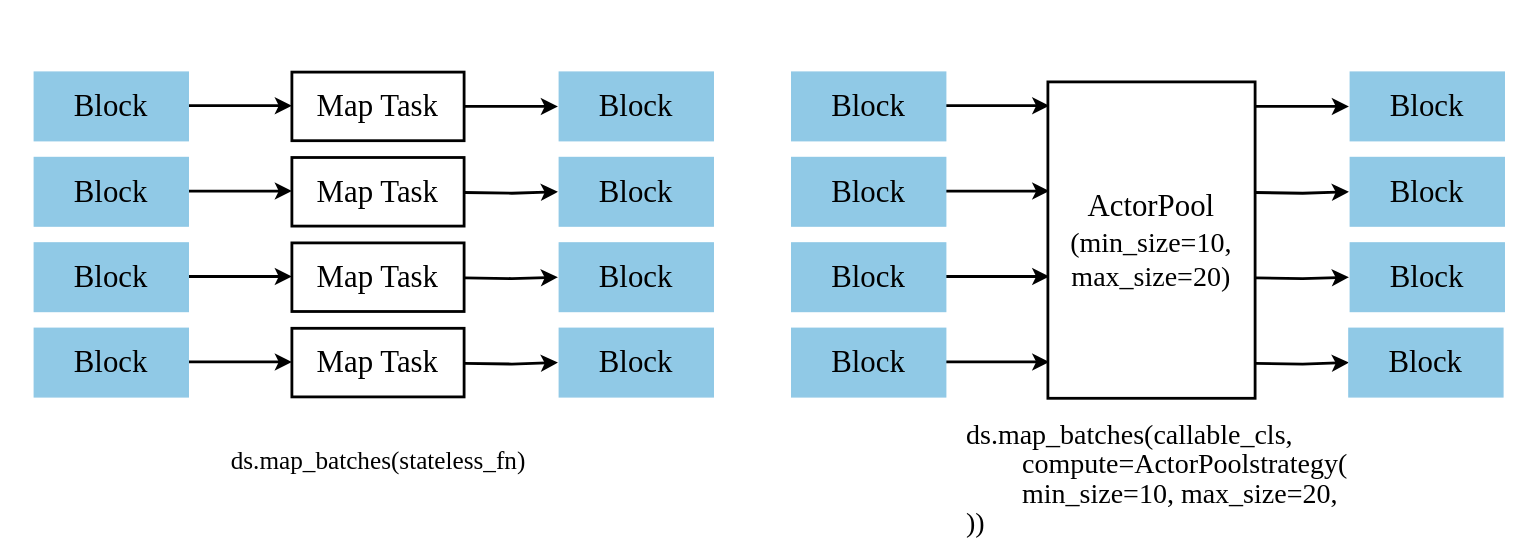
Before: img/ch-ray-data/dataset-map.svg, a diagram exported from draw.io (godaai/scale-py-zh). Source tidied: cells renumbered, new cells last; positions are measured from the earlier drawing's top-left corner, leaving out a move shared by most shapes.
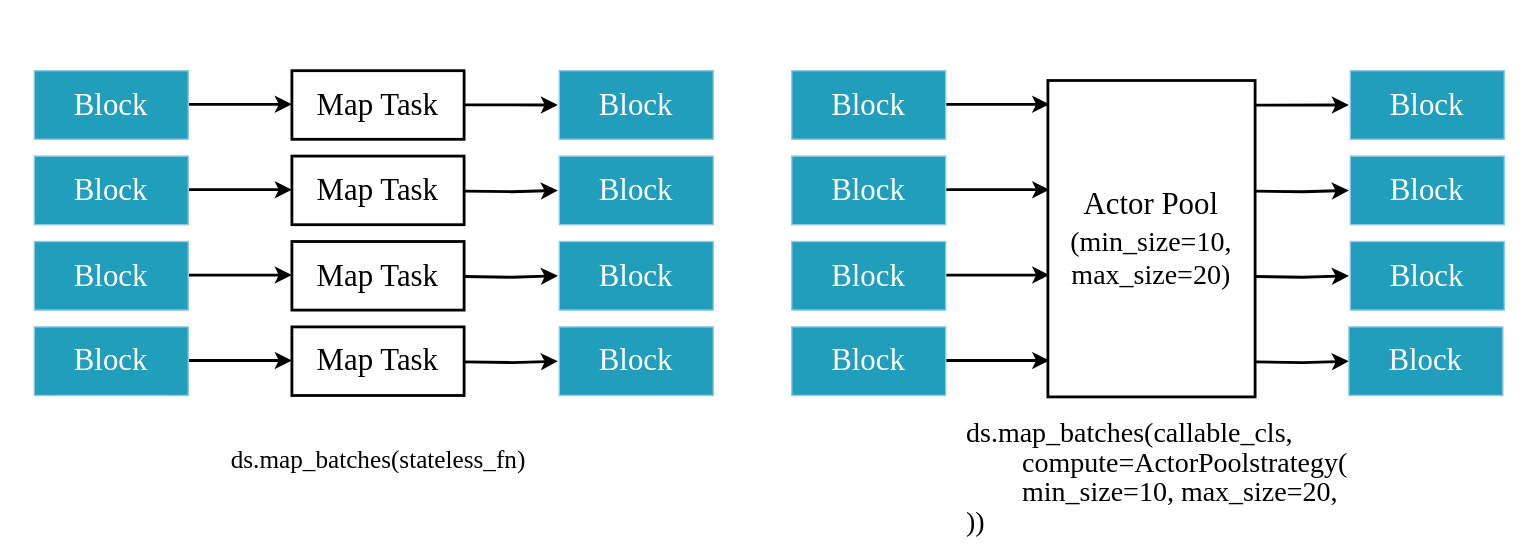
Later version of the same file.

What changed in the source:
```diff
@@ -46,7 +46,7 @@
     <mxCell id="11" value="&lt;font style=&quot;font-size: 22px;&quot; face=&quot;Times New Roman&quot;&gt;Map Task&lt;/font&gt;" style="rounded=0;whiteSpace=wrap;html=1;strokeWidth=2;fontSize=22;" parent="1" vertex="1">
       <mxGeometry x="208" y="234" width="123" height="49" as="geometry" />
     </mxCell>
-    <mxCell id="12" value="&lt;font style=&quot;font-size: 22px;&quot; face=&quot;Times New Roman&quot;&gt;Block&lt;/font&gt;" style="rounded=0;whiteSpace=wrap;html=1;fillColor=#90C9E6;strokeColor=#90C9E6;fontSize=22;fontColor=default;" parent="1" vertex="1">
+    <mxCell id="12" value="&lt;font style=&quot;font-size: 22px;&quot; face=&quot;Times New Roman&quot; color=&quot;#ffffff&quot;&gt;Block&lt;/font&gt;" style="rounded=0;whiteSpace=wrap;html=1;fillColor=#219EBC;strokeColor=#90C9E6;fontSize=22;" parent="1" vertex="1">
       <mxGeometry x="399" y="51" width="110" height="49" as="geometry" />
     </mxCell>
     <mxCell id="13" style="edgeStyle=orthogonalEdgeStyle;rounded=0;orthogonalLoop=1;jettySize=auto;html=1;strokeWidth=2;fontSize=22;" parent="1" edge="1">
@@ -55,7 +55,7 @@
         <mxPoint x="398" y="136.5" as="targetPoint" />
       </mxGeometry>
     </mxCell>
-    <mxCell id="14" value="&lt;font style=&quot;font-size: 22px;&quot; face=&quot;Times New Roman&quot;&gt;Block&lt;/font&gt;" style="rounded=0;whiteSpace=wrap;html=1;fillColor=#90C9E6;strokeColor=#90C9E6;fontSize=22;fontColor=default;" parent="1" vertex="1">
+    <mxCell id="14" value="&lt;font style=&quot;font-size: 22px;&quot; face=&quot;Times New Roman&quot; color=&quot;#ffffff&quot;&gt;Block&lt;/font&gt;" style="rounded=0;whiteSpace=wrap;html=1;fillColor=#219EBC;strokeColor=#90C9E6;fontSize=22;" parent="1" vertex="1">
       <mxGeometry x="399" y="112" width="110" height="49" as="geometry" />
     </mxCell>
     <mxCell id="15" style="edgeStyle=orthogonalEdgeStyle;rounded=0;orthogonalLoop=1;jettySize=auto;html=1;strokeWidth=2;fontSize=22;" parent="1" edge="1">
@@ -64,7 +64,7 @@
         <mxPoint x="398" y="197.5" as="targetPoint" />
       </mxGeometry>
     </mxCell>
-    <mxCell id="16" value="&lt;font style=&quot;font-size: 22px;&quot; face=&quot;Times New Roman&quot;&gt;Block&lt;/font&gt;" style="rounded=0;whiteSpace=wrap;html=1;fillColor=#90C9E6;strokeColor=#90C9E6;fontSize=22;fontColor=default;" parent="1" vertex="1">
+    <mxCell id="16" value="&lt;font style=&quot;font-size: 22px;&quot; face=&quot;Times New Roman&quot; color=&quot;#ffffff&quot;&gt;Block&lt;/font&gt;" style="rounded=0;whiteSpace=wrap;html=1;fillColor=#219EBC;strokeColor=#90C9E6;fontSize=22;" parent="1" vertex="1">
       <mxGeometry x="399" y="173" width="110" height="49" as="geometry" />
     </mxCell>
     <mxCell id="17" style="edgeStyle=orthogonalEdgeStyle;rounded=0;orthogonalLoop=1;jettySize=auto;html=1;strokeWidth=2;fontSize=22;" parent="1" edge="1">
@@ -73,22 +73,22 @@
         <mxPoint x="398" y="258.5" as="targetPoint" />
       </mxGeometry>
     </mxCell>
-    <mxCell id="18" value="&lt;font style=&quot;font-size: 22px;&quot; face=&quot;Times New Roman&quot;&gt;Block&lt;/font&gt;" style="rounded=0;whiteSpace=wrap;html=1;fillColor=#90C9E6;strokeColor=#90C9E6;fontSize=22;fontColor=default;" parent="1" vertex="1">
+    <mxCell id="18" value="&lt;font style=&quot;font-size: 22px;&quot; face=&quot;Times New Roman&quot; color=&quot;#ffffff&quot;&gt;Block&lt;/font&gt;" style="rounded=0;whiteSpace=wrap;html=1;fillColor=#219EBC;strokeColor=#90C9E6;fontSize=22;" parent="1" vertex="1">
       <mxGeometry x="399" y="234" width="110" height="49" as="geometry" />
     </mxCell>
     <mxCell id="19" value="&lt;div style=&quot;&quot;&gt;&lt;font face=&quot;Garamond&quot; style=&quot;font-size: 18px;&quot;&gt;ds.map_batches(stateless_fn)&lt;/font&gt;&lt;br&gt;&lt;/div&gt;" style="text;html=1;strokeColor=none;fillColor=none;align=center;verticalAlign=middle;whiteSpace=wrap;rounded=0;" parent="1" vertex="1">
       <mxGeometry x="49.5" y="298" width="440" height="62" as="geometry" />
     </mxCell>
-    <mxCell id="20" value="&lt;font style=&quot;font-size: 22px;&quot; face=&quot;Times New Roman&quot;&gt;Block&lt;/font&gt;" style="rounded=0;whiteSpace=wrap;html=1;fillColor=#90C9E6;strokeColor=#90C9E6;fontSize=22;fontColor=default;" parent="1" vertex="1">
+    <mxCell id="20" value="&lt;font style=&quot;font-size: 22px;&quot; face=&quot;Times New Roman&quot; color=&quot;#ffffff&quot;&gt;Block&lt;/font&gt;" style="rounded=0;whiteSpace=wrap;html=1;fillColor=#219EBC;strokeColor=#90C9E6;fontSize=22;" parent="1" vertex="1">
       <mxGeometry x="24" y="51" width="110" height="49" as="geometry" />
     </mxCell>
-    <mxCell id="21" value="&lt;font style=&quot;font-size: 22px;&quot; face=&quot;Times New Roman&quot;&gt;Block&lt;/font&gt;" style="rounded=0;whiteSpace=wrap;html=1;fillColor=#90C9E6;strokeColor=#90C9E6;fontSize=22;fontColor=default;" parent="1" vertex="1">
+    <mxCell id="21" value="&lt;font style=&quot;font-size: 22px;&quot; face=&quot;Times New Roman&quot; color=&quot;#ffffff&quot;&gt;Block&lt;/font&gt;" style="rounded=0;whiteSpace=wrap;html=1;fillColor=#219EBC;strokeColor=#90C9E6;fontSize=22;" parent="1" vertex="1">
       <mxGeometry x="24" y="112" width="110" height="49" as="geometry" />
     </mxCell>
-    <mxCell id="22" value="&lt;font style=&quot;font-size: 22px;&quot; face=&quot;Times New Roman&quot;&gt;Block&lt;/font&gt;" style="rounded=0;whiteSpace=wrap;html=1;fillColor=#90C9E6;strokeColor=#90C9E6;fontSize=22;fontColor=default;" parent="1" vertex="1">
+    <mxCell id="22" value="&lt;font style=&quot;font-size: 22px;&quot; face=&quot;Times New Roman&quot; color=&quot;#ffffff&quot;&gt;Block&lt;/font&gt;" style="rounded=0;whiteSpace=wrap;html=1;fillColor=#219EBC;strokeColor=#90C9E6;fontSize=22;" parent="1" vertex="1">
       <mxGeometry x="24" y="173" width="110" height="49" as="geometry" />
     </mxCell>
-    <mxCell id="23" value="&lt;font style=&quot;font-size: 22px;&quot; face=&quot;Times New Roman&quot;&gt;Block&lt;/font&gt;" style="rounded=0;whiteSpace=wrap;html=1;fillColor=#90C9E6;strokeColor=#90C9E6;fontSize=22;fontColor=default;" parent="1" vertex="1">
+    <mxCell id="23" value="&lt;font style=&quot;font-size: 22px;&quot; face=&quot;Times New Roman&quot; color=&quot;#ffffff&quot;&gt;Block&lt;/font&gt;" style="rounded=0;whiteSpace=wrap;html=1;fillColor=#219EBC;strokeColor=#90C9E6;fontSize=22;" parent="1" vertex="1">
       <mxGeometry x="24" y="234" width="110" height="49" as="geometry" />
     </mxCell>
     <mxCell id="24" style="endArrow=classic;html=1;rounded=0;strokeWidth=2;fontSize=22;" parent="1" edge="1">
@@ -121,7 +121,7 @@
         <mxPoint x="963" y="75.5" as="targetPoint" />
       </mxGeometry>
     </mxCell>
-    <mxCell id="29" value="&lt;font style=&quot;font-size: 22px;&quot; face=&quot;Times New Roman&quot;&gt;Block&lt;/font&gt;" style="rounded=0;whiteSpace=wrap;html=1;fillColor=#90C9E6;strokeColor=#90C9E6;fontSize=22;fontColor=default;" parent="1" vertex="1">
+    <mxCell id="29" value="&lt;font style=&quot;font-size: 22px;&quot; face=&quot;Times New Roman&quot; color=&quot;#ffffff&quot;&gt;Block&lt;/font&gt;" style="rounded=0;whiteSpace=wrap;html=1;fillColor=#219EBC;strokeColor=#90C9E6;fontSize=22;" parent="1" vertex="1">
       <mxGeometry x="964" y="51" width="110" height="49" as="geometry" />
     </mxCell>
     <mxCell id="30" style="edgeStyle=orthogonalEdgeStyle;rounded=0;orthogonalLoop=1;jettySize=auto;html=1;strokeWidth=2;fontSize=22;" parent="1" edge="1">
@@ -130,7 +130,7 @@
         <mxPoint x="963" y="136.5" as="targetPoint" />
       </mxGeometry>
     </mxCell>
-    <mxCell id="31" value="&lt;font style=&quot;font-size: 22px;&quot; face=&quot;Times New Roman&quot;&gt;Block&lt;/font&gt;" style="rounded=0;whiteSpace=wrap;html=1;fillColor=#90C9E6;strokeColor=#90C9E6;fontSize=22;fontColor=default;" parent="1" vertex="1">
+    <mxCell id="31" value="&lt;font style=&quot;font-size: 22px;&quot; face=&quot;Times New Roman&quot; color=&quot;#ffffff&quot;&gt;Block&lt;/font&gt;" style="rounded=0;whiteSpace=wrap;html=1;fillColor=#219EBC;strokeColor=#90C9E6;fontSize=22;" parent="1" vertex="1">
       <mxGeometry x="964" y="112" width="110" height="49" as="geometry" />
     </mxCell>
     <mxCell id="32" style="edgeStyle=orthogonalEdgeStyle;rounded=0;orthogonalLoop=1;jettySize=auto;html=1;strokeWidth=2;fontSize=22;" parent="1" edge="1">
@@ -139,7 +139,7 @@
         <mxPoint x="963" y="197.5" as="targetPoint" />
       </mxGeometry>
     </mxCell>
-    <mxCell id="33" value="&lt;font style=&quot;font-size: 22px;&quot; face=&quot;Times New Roman&quot;&gt;Block&lt;/font&gt;" style="rounded=0;whiteSpace=wrap;html=1;fillColor=#90C9E6;strokeColor=#90C9E6;fontSize=22;fontColor=default;" parent="1" vertex="1">
+    <mxCell id="33" value="&lt;font style=&quot;font-size: 22px;&quot; face=&quot;Times New Roman&quot; color=&quot;#ffffff&quot;&gt;Block&lt;/font&gt;" style="rounded=0;whiteSpace=wrap;html=1;fillColor=#219EBC;strokeColor=#90C9E6;fontSize=22;" parent="1" vertex="1">
       <mxGeometry x="964" y="173" width="110" height="49" as="geometry" />
     </mxCell>
     <mxCell id="34" style="edgeStyle=orthogonalEdgeStyle;rounded=0;orthogonalLoop=1;jettySize=auto;html=1;strokeWidth=2;fontSize=22;" parent="1" edge="1">
@@ -148,25 +148,25 @@
         <mxPoint x="963" y="258.5" as="targetPoint" />
       </mxGeometry>
     </mxCell>
-    <mxCell id="35" value="&lt;font style=&quot;font-size: 22px;&quot; face=&quot;Times New Roman&quot;&gt;Block&lt;/font&gt;" style="rounded=0;whiteSpace=wrap;html=1;fillColor=#90C9E6;strokeColor=#90C9E6;fontSize=22;fontColor=default;" parent="1" vertex="1">
+    <mxCell id="35" value="&lt;font style=&quot;font-size: 22px;&quot; face=&quot;Times New Roman&quot; color=&quot;#ffffff&quot;&gt;Block&lt;/font&gt;" style="rounded=0;whiteSpace=wrap;html=1;fillColor=#219EBC;strokeColor=#90C9E6;fontSize=22;" parent="1" vertex="1">
       <mxGeometry x="963" y="234" width="110" height="49" as="geometry" />
     </mxCell>
-    <mxCell id="36" value="&lt;font style=&quot;font-size: 22px;&quot; face=&quot;Times New Roman&quot;&gt;Block&lt;/font&gt;" style="rounded=0;whiteSpace=wrap;html=1;fillColor=#90C9E6;strokeColor=#90C9E6;fontSize=22;fontColor=default;" parent="1" vertex="1">
+    <mxCell id="36" value="&lt;font style=&quot;font-size: 22px;&quot; face=&quot;Times New Roman&quot; color=&quot;#ffffff&quot;&gt;Block&lt;/font&gt;" style="rounded=0;whiteSpace=wrap;html=1;fillColor=#219EBC;strokeColor=#90C9E6;fontSize=22;" parent="1" vertex="1">
       <mxGeometry x="565" y="51" width="110" height="49" as="geometry" />
     </mxCell>
-    <mxCell id="37" value="&lt;font style=&quot;font-size: 22px;&quot; face=&quot;Times New Roman&quot;&gt;Block&lt;/font&gt;" style="rounded=0;whiteSpace=wrap;html=1;fillColor=#90C9E6;strokeColor=#90C9E6;fontSize=22;fontColor=default;" parent="1" vertex="1">
+    <mxCell id="37" value="&lt;font style=&quot;font-size: 22px;&quot; face=&quot;Times New Roman&quot; color=&quot;#ffffff&quot;&gt;Block&lt;/font&gt;" style="rounded=0;whiteSpace=wrap;html=1;fillColor=#219EBC;strokeColor=#90C9E6;fontSize=22;" parent="1" vertex="1">
       <mxGeometry x="565" y="112" width="110" height="49" as="geometry" />
     </mxCell>
-    <mxCell id="38" value="&lt;font style=&quot;font-size: 22px;&quot; face=&quot;Times New Roman&quot;&gt;Block&lt;/font&gt;" style="rounded=0;whiteSpace=wrap;html=1;fillColor=#90C9E6;strokeColor=#90C9E6;fontSize=22;fontColor=default;" parent="1" vertex="1">
+    <mxCell id="38" value="&lt;font style=&quot;font-size: 22px;&quot; face=&quot;Times New Roman&quot; color=&quot;#ffffff&quot;&gt;Block&lt;/font&gt;" style="rounded=0;whiteSpace=wrap;html=1;fillColor=#219EBC;strokeColor=#90C9E6;fontSize=22;" parent="1" vertex="1">
       <mxGeometry x="565" y="173" width="110" height="49" as="geometry" />
     </mxCell>
-    <mxCell id="39" value="&lt;font style=&quot;font-size: 22px;&quot; face=&quot;Times New Roman&quot;&gt;Block&lt;/font&gt;" style="rounded=0;whiteSpace=wrap;html=1;fillColor=#90C9E6;strokeColor=#90C9E6;fontSize=22;fontColor=default;" parent="1" vertex="1">
+    <mxCell id="39" value="&lt;font style=&quot;font-size: 22px;&quot; face=&quot;Times New Roman&quot; color=&quot;#ffffff&quot;&gt;Block&lt;/font&gt;" style="rounded=0;whiteSpace=wrap;html=1;fillColor=#219EBC;strokeColor=#90C9E6;fontSize=22;" parent="1" vertex="1">
       <mxGeometry x="565" y="234" width="110" height="49" as="geometry" />
     </mxCell>
-    <mxCell id="40" value="&lt;font style=&quot;&quot; face=&quot;Times New Roman&quot;&gt;&lt;font style=&quot;font-size: 22px;&quot;&gt;ActorPool&lt;/font&gt;&lt;br&gt;&lt;span style=&quot;font-size: 20px;&quot;&gt;(min_size=10,&lt;/span&gt;&lt;br&gt;&lt;span style=&quot;font-size: 20px;&quot;&gt;max_size=20)&lt;/span&gt;&lt;/font&gt;" style="rounded=0;whiteSpace=wrap;html=1;strokeWidth=2;" parent="1" vertex="1">
+    <mxCell id="40" value="&lt;font style=&quot;&quot; face=&quot;Times New Roman&quot;&gt;&lt;font style=&quot;font-size: 22px;&quot;&gt;Actor Pool&lt;/font&gt;&lt;br&gt;&lt;span style=&quot;font-size: 20px;&quot;&gt;(min_size=10,&lt;/span&gt;&lt;br&gt;&lt;span style=&quot;font-size: 20px;&quot;&gt;max_size=20)&lt;/span&gt;&lt;/font&gt;" style="rounded=0;whiteSpace=wrap;html=1;strokeWidth=2;" parent="1" vertex="1">
       <mxGeometry x="748" y="58" width="148" height="226" as="geometry" />
     </mxCell>
-    <mxCell id="41" value="&lt;div style=&quot;line-height: 150%;&quot;&gt;&lt;font face=&quot;Garamond&quot; style=&quot;font-size: 20px;&quot;&gt;ds.map_batches(callable_cls,&lt;/font&gt;&lt;/div&gt;&lt;div style=&quot;line-height: 150%;&quot;&gt;&lt;font face=&quot;CBtHSHWBiKrxu24KOkFM&quot; style=&quot;font-size: 20px;&quot;&gt;&lt;span style=&quot;white-space: pre;&quot;&gt;&#9;&lt;/span&gt;compute=ActorPoolstrategy(&lt;/font&gt;&lt;/div&gt;&lt;div style=&quot;line-height: 150%;&quot;&gt;&lt;font face=&quot;CBtHSHWBiKrxu24KOkFM&quot;&gt;&lt;font style=&quot;font-size: 20px;&quot;&gt;&lt;span style=&quot;white-space: pre;&quot;&gt;&#9;&lt;/span&gt;min_size=10,&amp;nbsp;&lt;/font&gt;&lt;span style=&quot;font-size: 20px; background-color: initial;&quot;&gt;max_size=20,&lt;/span&gt;&lt;/font&gt;&lt;/div&gt;&lt;div style=&quot;line-height: 150%;&quot;&gt;&lt;font face=&quot;CBtHSHWBiKrxu24KOkFM&quot;&gt;&lt;span style=&quot;font-size: 20px; background-color: initial;&quot;&gt;))&lt;/span&gt;&lt;/font&gt;&lt;/div&gt;" style="text;html=1;strokeColor=none;fillColor=none;align=left;verticalAlign=middle;whiteSpace=wrap;rounded=0;" parent="1" vertex="1">
+    <mxCell id="41" value="&lt;div style=&quot;line-height: 150%;&quot;&gt;&lt;font face=&quot;Garamond&quot; style=&quot;font-size: 20px;&quot;&gt;ds.map_batches(callable_cls,&lt;/font&gt;&lt;/div&gt;&lt;div style=&quot;line-height: 150%;&quot;&gt;&lt;font face=&quot;vr0SJHjQSPAFcwwE9YH6&quot; style=&quot;font-size: 20px;&quot;&gt;&lt;span style=&quot;white-space: pre;&quot;&gt;&#9;&lt;/span&gt;compute=ActorPoolstrategy(&lt;/font&gt;&lt;/div&gt;&lt;div style=&quot;line-height: 150%;&quot;&gt;&lt;font face=&quot;vr0SJHjQSPAFcwwE9YH6&quot;&gt;&lt;font style=&quot;font-size: 20px;&quot;&gt;&lt;span style=&quot;white-space: pre;&quot;&gt;&#9;&lt;/span&gt;min_size=10,&amp;nbsp;&lt;/font&gt;&lt;span style=&quot;font-size: 20px; background-color: initial;&quot;&gt;max_size=20,&lt;/span&gt;&lt;/font&gt;&lt;/div&gt;&lt;div style=&quot;line-height: 150%;&quot;&gt;&lt;span style=&quot;font-size: 20px; background-color: initial;&quot;&gt;&lt;font face=&quot;vr0SJHjQSPAFcwwE9YH6&quot;&gt;))&lt;/font&gt;&lt;/span&gt;&lt;/div&gt;" style="text;html=1;strokeColor=none;fillColor=none;align=left;verticalAlign=middle;whiteSpace=wrap;rounded=0;" parent="1" vertex="1">
       <mxGeometry x="688" y="302" width="325" height="80" as="geometry" />
     </mxCell>
   </root>
```
